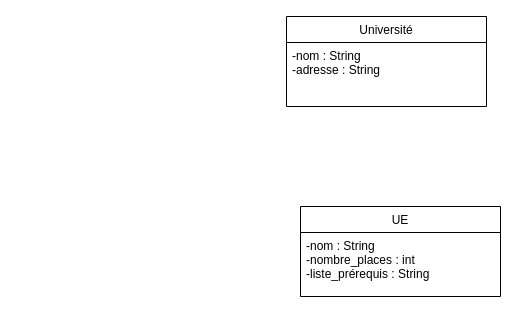
The draw.io diagram TD3_EXO2_conception.drawio in NicolasRbls/Diagramme, before the edit. Source tidied: cells renumbered, new cells numbered last; positions are measured from the earlier drawing's top-left corner, leaving out a move shared by most shapes. Both pictures are drawn from the tidied source at 100%, with x=0, y=0 at pixel (286, 16).
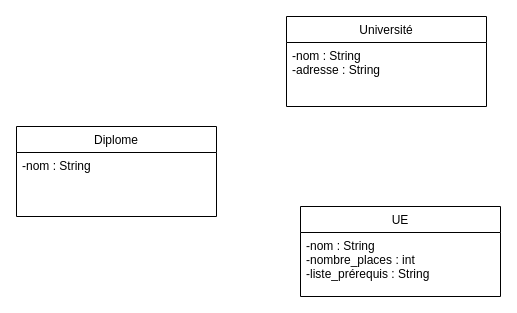
Above is the later version.

Commit message (it also covers changes not shown here):
Mettre à jour TD3_EXO2_conception.drawio

Change to the diagram source:
```diff
@@
 <mxGraphModel>
   <root>
     <mxCell id="0" />
     <mxCell id="1" parent="0" />
     <mxCell id="2" value="UE" style="swimlane;fontStyle=0;align=center;verticalAlign=top;horizontal=1;startSize=26;rounded=0;shadow=0;strokeWidth=1;" parent="1" vertex="1">
       <mxGeometry x="14" y="190" width="200" height="90" as="geometry" />
     </mxCell>
     <mxCell id="3" value="-nom : String&#10;-nombre_places : int&#10;-liste_prérequis : String" style="text;align=left;verticalAlign=top;spacingLeft=4;spacingRight=4;overflow=hidden;" parent="2" vertex="1">
       <mxGeometry y="26" width="200" height="64" as="geometry" />
     </mxCell>
     <mxCell id="4" value="Université" style="swimlane;fontStyle=0;align=center;verticalAlign=top;horizontal=1;startSize=26;rounded=0;shadow=0;strokeWidth=1;" parent="1" vertex="1">
       <mxGeometry width="200" height="90" as="geometry" />
     </mxCell>
     <mxCell id="5" value="-nom : String&#10;-adresse : String " style="text;align=left;verticalAlign=top;spacingLeft=4;spacingRight=4;overflow=hidden;" parent="4" vertex="1">
       <mxGeometry y="26" width="200" height="64" as="geometry" />
     </mxCell>
+    <mxCell id="6" value="Diplome" style="swimlane;fontStyle=0;align=center;verticalAlign=top;horizontal=1;startSize=26;rounded=0;shadow=0;strokeWidth=1;" parent="1" vertex="1">
+      <mxGeometry x="-270" y="110" width="200" height="90" as="geometry" />
+    </mxCell>
+    <mxCell id="7" value="-nom : String" style="text;align=left;verticalAlign=top;spacingLeft=4;spacingRight=4;overflow=hidden;" parent="6" vertex="1">
+      <mxGeometry y="26" width="200" height="64" as="geometry" />
+    </mxCell>
   </root>
 </mxGraphModel>
```
